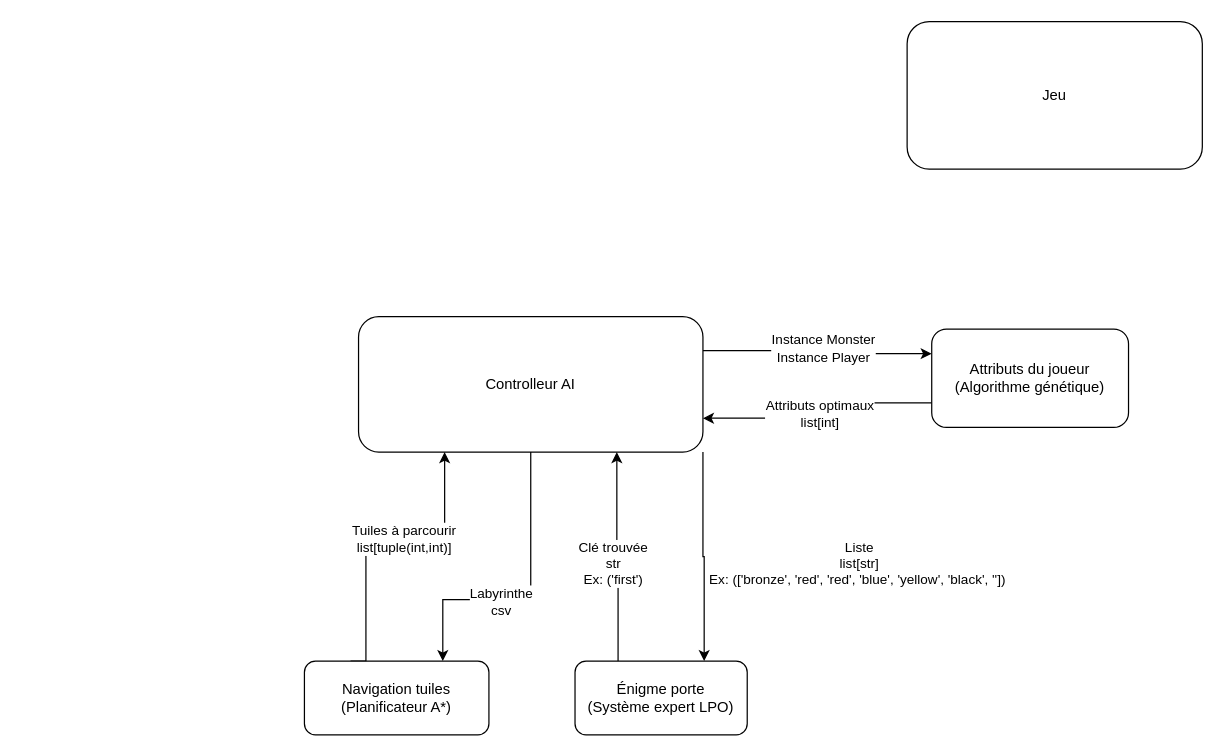
This is Defense/SchemaBloc.drawio from AlexLeQc/S7_APP1, a draw.io file, before an edit. Source tidied: cells renumbered, new cells numbered last; positions are measured from the earlier drawing's top-left corner, leaving out a move shared by most shapes. Both pictures are drawn from the tidied source at 123%, with x=0, y=0 at pixel (304, 21).
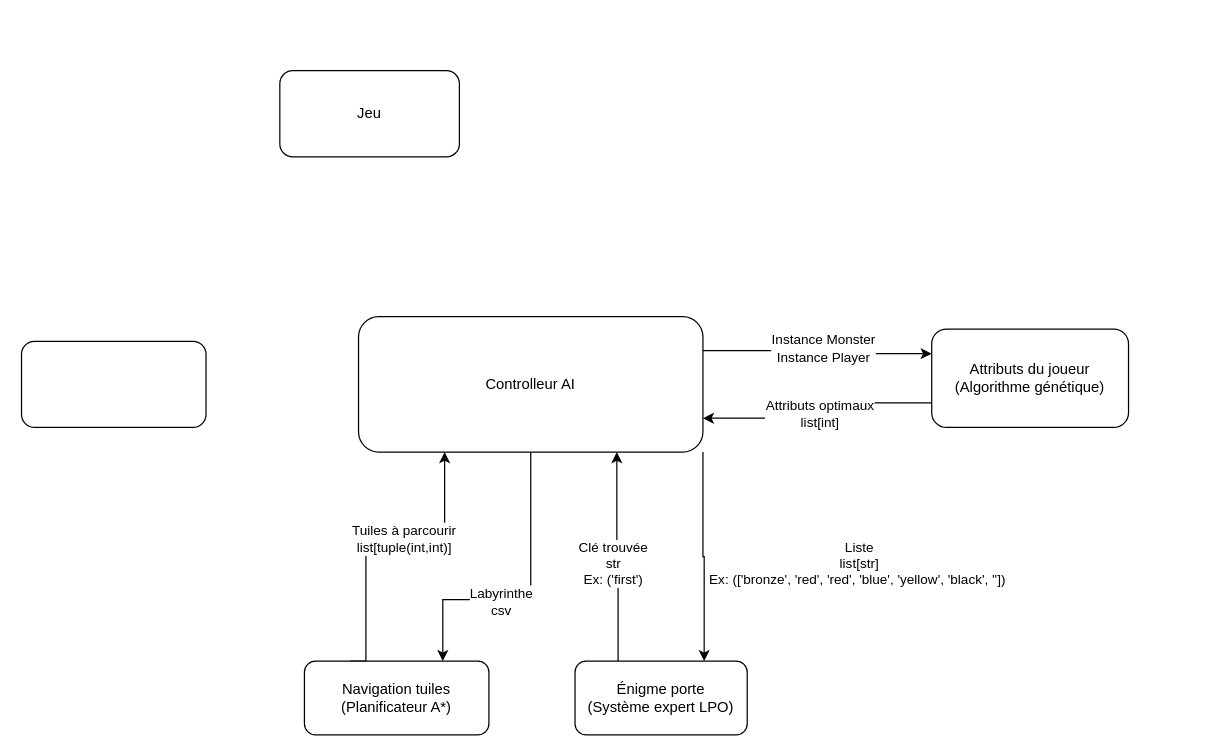
The same page after the edit.

What changed in the source:
```diff
@@
     <mxCell id="15" value="Jeu" style="rounded=1;whiteSpace=wrap;html=1;" parent="1" vertex="1">
-      <mxGeometry x="490" width="240" height="120" as="geometry" />
+      <mxGeometry x="-20" y="40" width="146" height="70" as="geometry" />
     </mxCell>
@@
+    <mxCell id="19" style="rounded=1;whiteSpace=wrap;html=1;" parent="1" vertex="1">
+      <mxGeometry x="-230" y="260" width="150" height="70" as="geometry" />
+    </mxCell>
```
